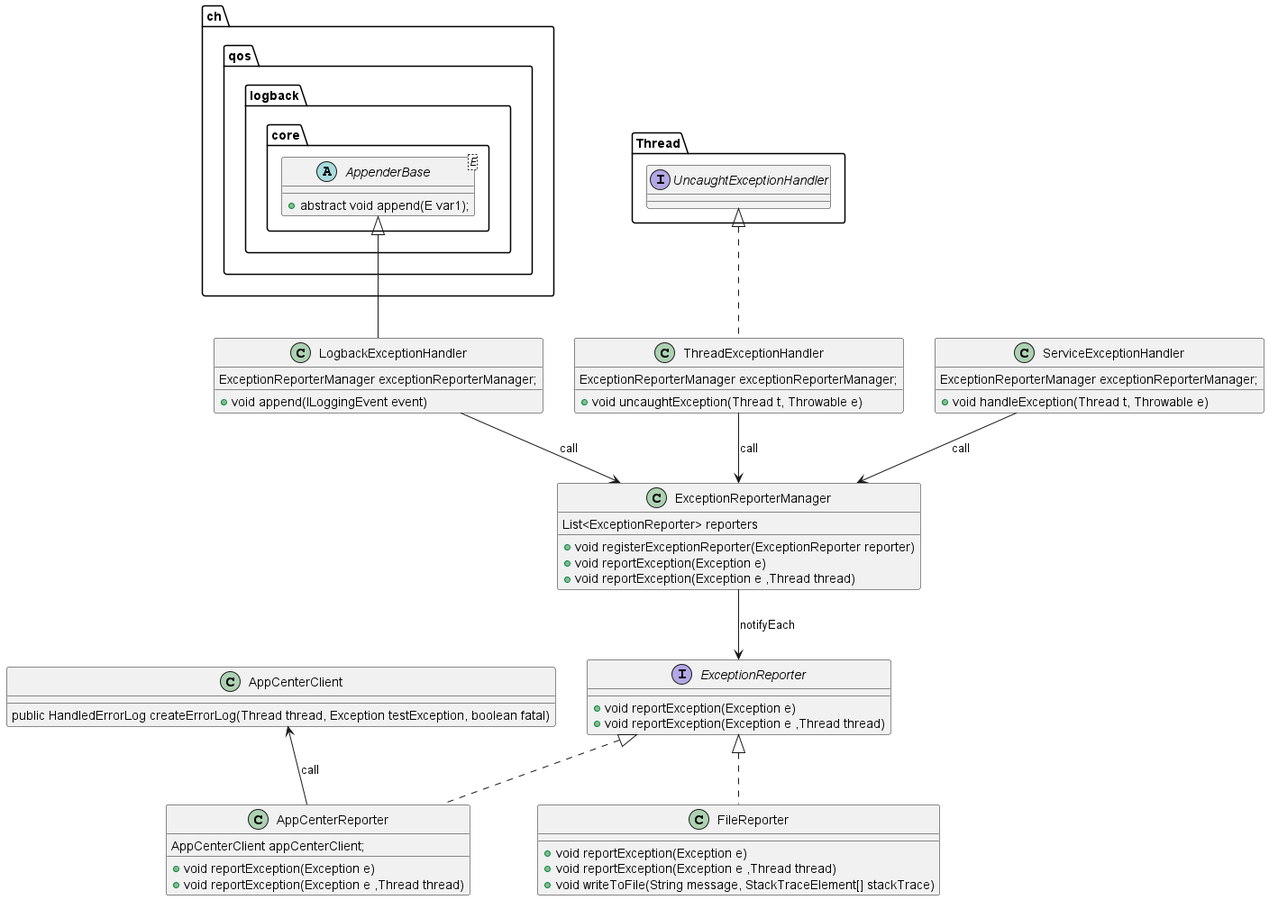
Earlier version of the PlantUML export docs/images/UML/exception_monitor.png (microsoft/HydraLab).
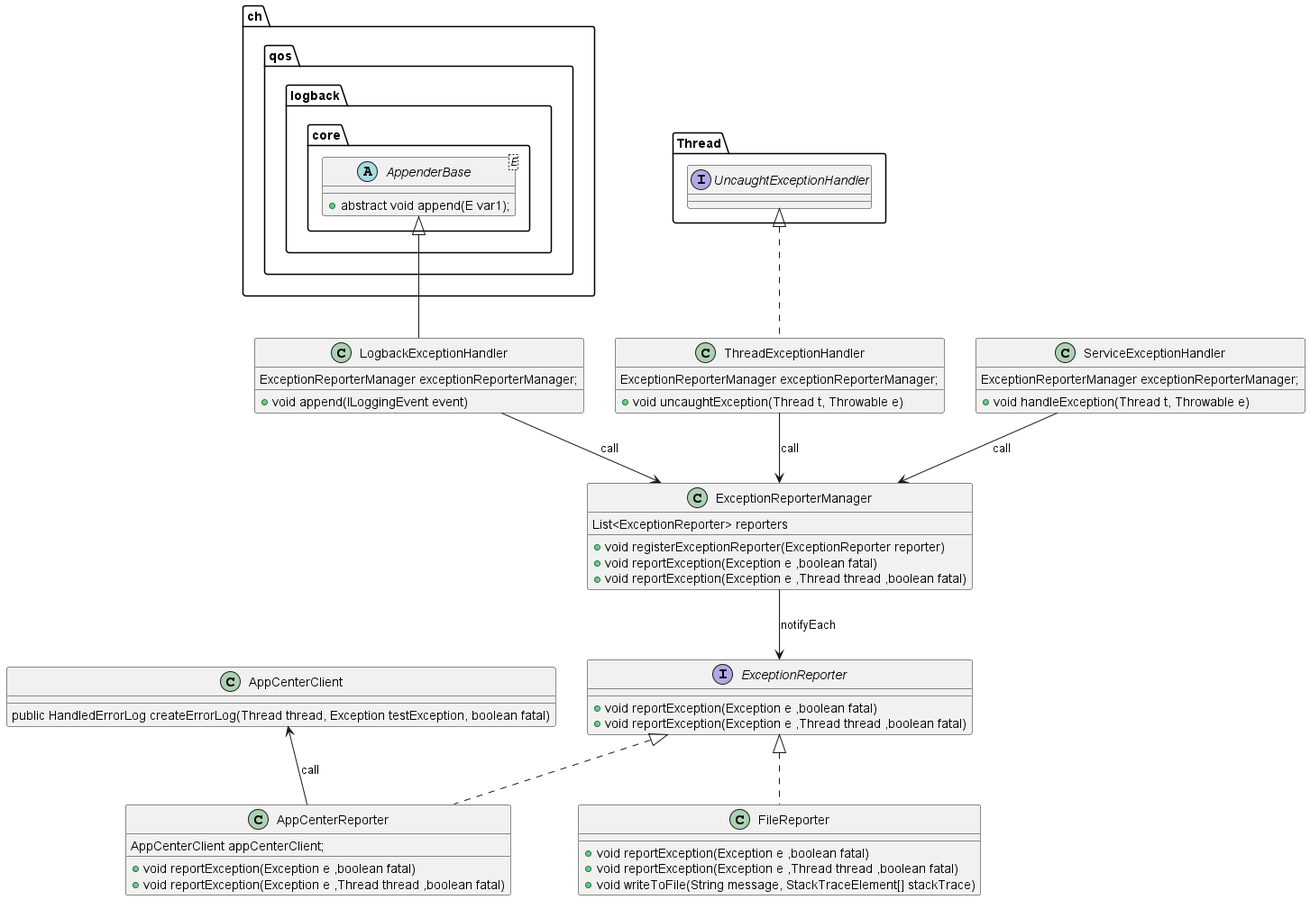
The same file after the commit.

Commit message:
add a param to distinguish crush or exception

Change to the diagram source:
```diff
@@ -1,27 +1,27 @@
 @startuml exception_monitor
 interface ExceptionReporter {
-    + void reportException(Exception e)
-    + void reportException(Exception e ,Thread thread)
+    + void reportException(Exception e ,boolean fatal)
+    + void reportException(Exception e ,Thread thread ,boolean fatal)
 }
 
 class ExceptionReporterManager {
     List<ExceptionReporter> reporters
     + void registerExceptionReporter(ExceptionReporter reporter)
-    + void reportException(Exception e)
-    + void reportException(Exception e ,Thread thread)
+    + void reportException(Exception e ,boolean fatal)
+    + void reportException(Exception e ,Thread thread ,boolean fatal)
 }
 
 class AppCenterReporter implements ExceptionReporter {
     AppCenterClient appCenterClient;
 
-    + void reportException(Exception e)
-    + void reportException(Exception e ,Thread thread)
+    + void reportException(Exception e ,boolean fatal)
+    + void reportException(Exception e ,Thread thread ,boolean fatal)
 }
 
 
 class FileReporter implements ExceptionReporter {
-    + void reportException(Exception e)
-    + void reportException(Exception e ,Thread thread)
+    + void reportException(Exception e ,boolean fatal)
+    + void reportException(Exception e ,Thread thread ,boolean fatal)
     + void writeToFile(String message, StackTraceElement[] stackTrace)
 }
 
```
